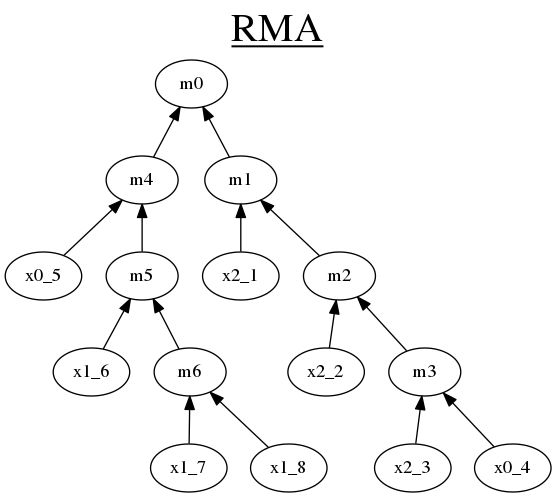
Earlier version of the Graphviz export GuiTool/image/RMA/RMADot.png (iitramar/guiTool). Its source is kept beside it as GuiTool/image/RMA/RMADot.dot.
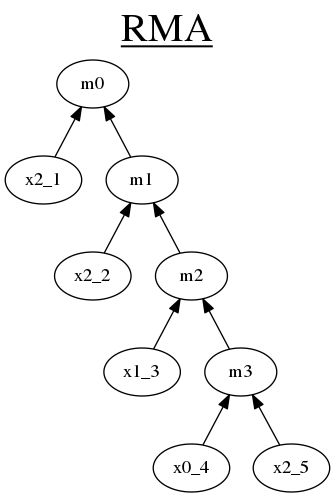
After the commit.

The edit, as a diff of the source:
```diff
@@ -1,18 +1,12 @@
 digraph minmix{
 rankdir = BT;
 graph [label= <<u>RMA</u>> , labelloc=t, fontsize=30];
-m1 -> m0 ;
-m4 -> m0;
-x2_1 -> m1 ;
+x2_1 -> m0 ;
+m1 -> m0;
+x2_2 -> m1 ;
 m2 -> m1;
-x2_2 -> m2 ;
+x1_3 -> m2 ;
 m3 -> m2;
-x2_3 -> m3 ;
-x0_4 -> m3;
-x0_5 -> m4 ;
-m5 -> m4;
-x1_6 -> m5 ;
-m6 -> m5;
-x1_7 -> m6 ;
-x1_8 -> m6;
+x0_4 -> m3 ;
+x2_5 -> m3;
 }
```
